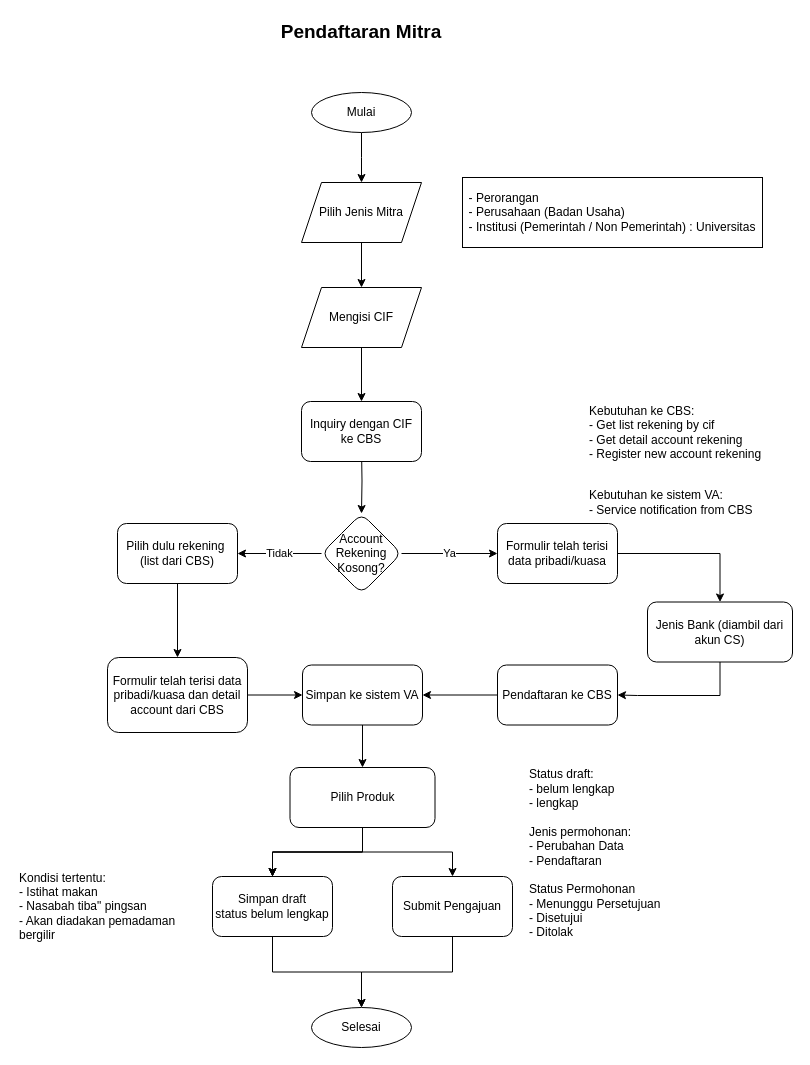
This is page "Pendaftaran Mitra" (1 of 4) of use-case/flow-pendaftaran.drawio from aribrilliantsyah/fsd_va_bpd_diy, a draw.io file, before an edit. Source tidied: cells renumbered, new cells numbered last; positions are measured from the earlier drawing's top-left corner, leaving out a move shared by most shapes. Both pictures are drawn from the tidied source at 100%, with x=0, y=0 at pixel (17, 17).
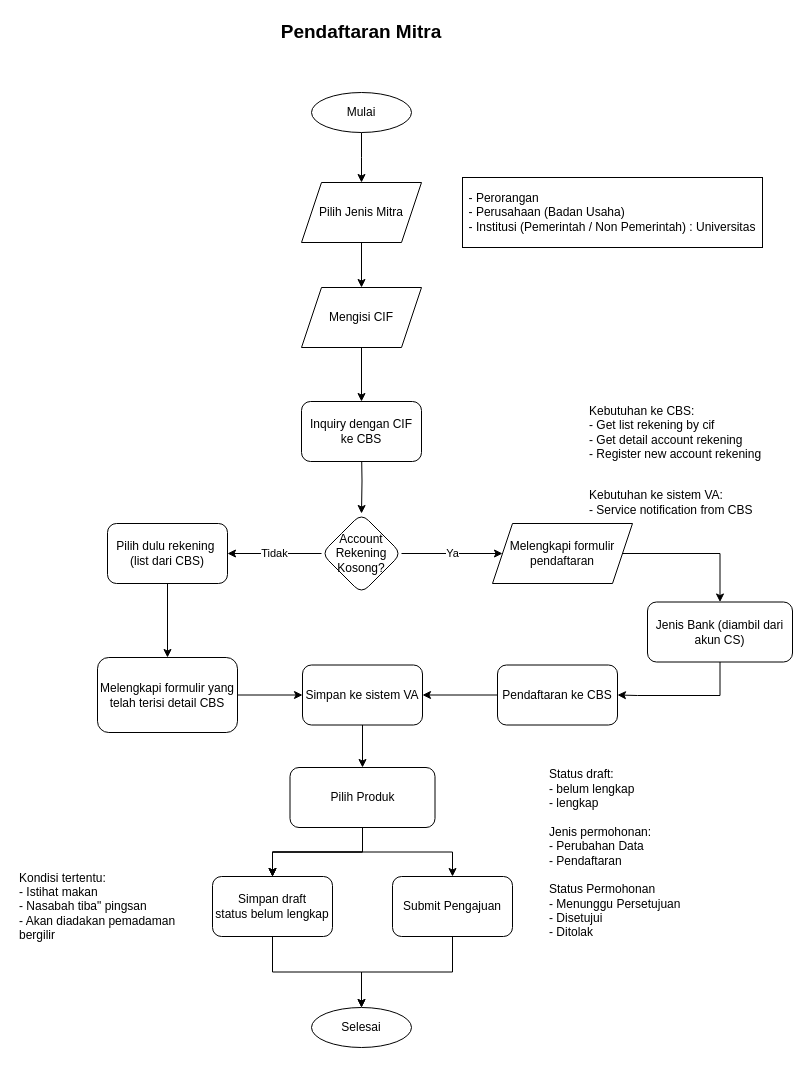
After the change.

The change refers to these unchanged cells:
```xml
<mxCell id="9" value="Account Rekening Kosong?" style="rhombus;whiteSpace=wrap;html=1;rounded=1;fontFamily=Helvetica;strokeWidth=1;strokeColor=default;" parent="1" vertex="1">
  <mxGeometry x="304" y="496" width="80" height="80" as="geometry" />
</mxCell>
<mxCell id="28" value="Jenis Bank (diambil dari akun CS)" style="whiteSpace=wrap;html=1;rounded=1;fontFamily=Helvetica;strokeWidth=1;strokeColor=default;" parent="1" vertex="1">
  <mxGeometry x="630" y="584.5" width="145" height="60" as="geometry" />
</mxCell>
```

Change to the diagram source:
```diff
@@
-    <mxCell id="8" value="Ya" style="edgeStyle=orthogonalEdgeStyle;rounded=0;jettySize=auto;html=1;fontFamily=Helvetica;strokeWidth=1;strokeColor=default;" parent="1" edge="1" source="9" target="11">
+    <mxCell id="8" value="Ya" style="edgeStyle=orthogonalEdgeStyle;rounded=0;jettySize=auto;html=1;fontFamily=Helvetica;strokeWidth=1;strokeColor=default;entryX=0;entryY=0.5;entryDx=0;entryDy=0;" parent="1" edge="1" source="9" target="41">
       <mxGeometry relative="1" as="geometry" />
     </mxCell>
@@
-    <mxCell id="10" style="edgeStyle=orthogonalEdgeStyle;rounded=0;jettySize=auto;html=1;entryX=0.5;entryY=0;entryDx=0;entryDy=0;fontFamily=Helvetica;strokeWidth=1;strokeColor=default;" parent="1" edge="1" source="11" target="28">
+    <mxCell id="10" style="edgeStyle=orthogonalEdgeStyle;rounded=0;jettySize=auto;html=1;entryX=0.5;entryY=0;entryDx=0;entryDy=0;fontFamily=Helvetica;strokeWidth=1;strokeColor=default;exitX=1;exitY=0.5;exitDx=0;exitDy=0;" parent="1" edge="1" source="41" target="28">
       <mxGeometry relative="1" as="geometry" />
     </mxCell>
-    <mxCell id="11" value="Formulir telah terisi data pribadi/kuasa" style="whiteSpace=wrap;html=1;rounded=1;fontFamily=Helvetica;strokeWidth=1;strokeColor=default;" parent="1" vertex="1">
-      <mxGeometry x="480" y="506" width="120" height="60" as="geometry" />
-    </mxCell>
@@
     <mxCell id="14" value="Pilih dulu rekening&amp;nbsp;&lt;br&gt;(list dari CBS)" style="rounded=1;whiteSpace=wrap;html=1;fontFamily=Helvetica;strokeWidth=1;strokeColor=default;" parent="1" vertex="1">
-      <mxGeometry x="100" y="506" width="120" height="60" as="geometry" />
+      <mxGeometry x="90" y="506" width="120" height="60" as="geometry" />
     </mxCell>
@@
-    <mxCell id="16" value="Formulir telah terisi data pribadi/kuasa dan detail account dari CBS" style="whiteSpace=wrap;html=1;rounded=1;fontFamily=Helvetica;strokeWidth=1;strokeColor=default;" parent="1" vertex="1">
-      <mxGeometry x="90" y="640" width="140" height="75" as="geometry" />
+    <mxCell id="16" value="Melengkapi formulir yang telah terisi detail CBS" style="whiteSpace=wrap;html=1;rounded=1;fontFamily=Helvetica;strokeWidth=1;strokeColor=default;" parent="1" vertex="1">
+      <mxGeometry x="80" y="640" width="140" height="75" as="geometry" />
     </mxCell>
@@
     <mxCell id="36" value="&lt;div style=&quot;&quot;&gt;Status draft:&lt;/div&gt;&lt;div style=&quot;&quot;&gt;- belum lengkap&lt;/div&gt;&lt;div style=&quot;&quot;&gt;- lengkap&lt;/div&gt;&lt;div style=&quot;&quot;&gt;&lt;br&gt;&lt;/div&gt;&lt;div style=&quot;&quot;&gt;Jenis permohonan:&lt;/div&gt;&lt;div style=&quot;&quot;&gt;- Perubahan Data&lt;/div&gt;&lt;div style=&quot;&quot;&gt;- Pendaftaran&lt;/div&gt;&lt;div style=&quot;&quot;&gt;&lt;br&gt;&lt;/div&gt;&lt;div style=&quot;&quot;&gt;Status Permohonan&lt;/div&gt;&lt;div style=&quot;&quot;&gt;- Menunggu Persetujuan&lt;/div&gt;&lt;div style=&quot;&quot;&gt;- Disetujui&lt;/div&gt;&lt;div style=&quot;&quot;&gt;- Ditolak&lt;/div&gt;" style="text;html=1;strokeColor=none;fillColor=none;align=left;verticalAlign=middle;whiteSpace=wrap;rounded=0;fontFamily=Helvetica;strokeWidth=1;" parent="1" vertex="1">
-      <mxGeometry x="510" y="741" width="170" height="190" as="geometry" />
+      <mxGeometry x="530" y="741" width="170" height="190" as="geometry" />
     </mxCell>
@@
+    <mxCell id="41" value="&lt;div&gt;&lt;span style=&quot;background-color: initial;&quot;&gt;Melengkapi formulir pendaftaran&lt;/span&gt;&lt;br&gt;&lt;/div&gt;" style="shape=parallelogram;perimeter=parallelogramPerimeter;whiteSpace=wrap;html=1;fixedSize=1;strokeWidth=1;" parent="1" vertex="1">
+      <mxGeometry x="475" y="506" width="140" height="60" as="geometry" />
+    </mxCell>
```
